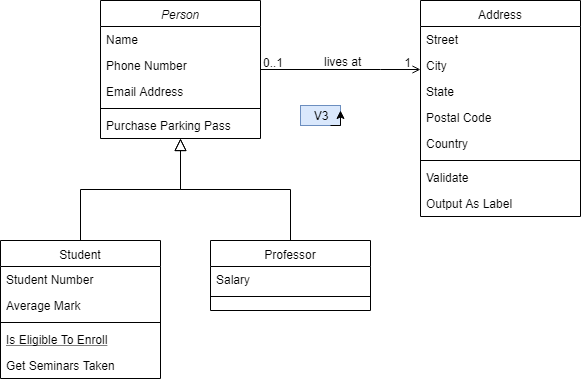
This is diagram.png from bsmith1310/drawio-github, a draw.io export, as it was before one commit. Source tidied: cells renumbered, new cells last; positions are measured from the earlier drawing's top-left corner, leaving out a move shared by most shapes.
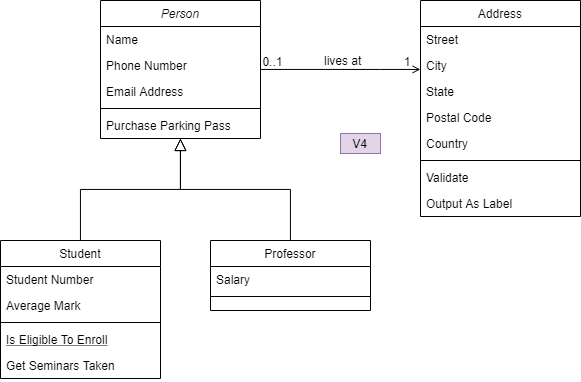
After the change.

Change to the diagram source:
```diff
@@ -111,11 +111,8 @@
         <mxPoint x="-38" y="40" as="offset" />
       </mxGeometry>
     </mxCell>
-    <mxCell id="32" value="V3" style="text;html=1;strokeColor=#6c8ebf;fillColor=#dae8fc;align=center;verticalAlign=middle;whiteSpace=wrap;rounded=0;" parent="1" vertex="1">
-      <mxGeometry x="300" y="105" width="40" height="20" as="geometry" />
+    <mxCell id="32" value="V4" style="text;html=1;strokeColor=#9673a6;fillColor=#e1d5e7;align=center;verticalAlign=middle;whiteSpace=wrap;rounded=0;" parent="1" vertex="1">
+      <mxGeometry x="340" y="133" width="40" height="20" as="geometry" />
     </mxCell>
-    <mxCell id="33" style="edgeStyle=orthogonalEdgeStyle;rounded=0;orthogonalLoop=1;jettySize=auto;html=1;exitX=0.75;exitY=1;exitDx=0;exitDy=0;entryX=1;entryY=0.25;entryDx=0;entryDy=0;" parent="1" edge="1" source="32" target="32">
-      <mxGeometry relative="1" as="geometry" />
-    </mxCell>
   </root>
 </mxGraphModel>
```
